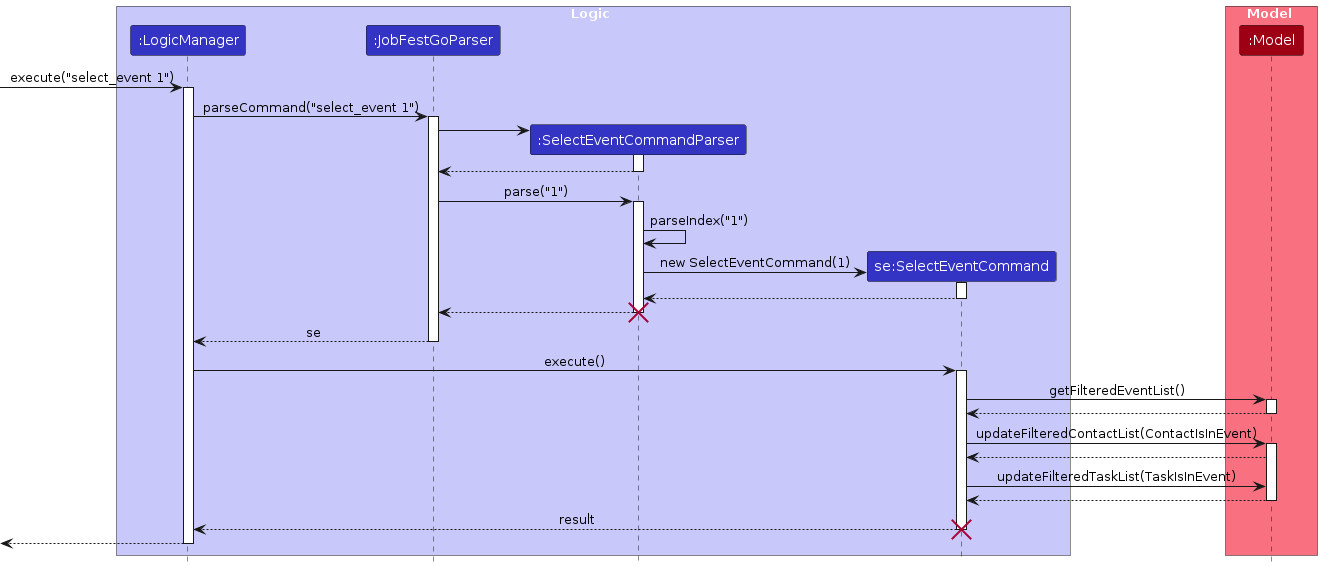
Earlier version of the PlantUML export diagrams/SelectEventSequenceDiagram.png (AY2324S1-CS2103T-T09-1/tp). Its source is kept beside it as diagrams/SelectEventSequenceDiagram.puml.
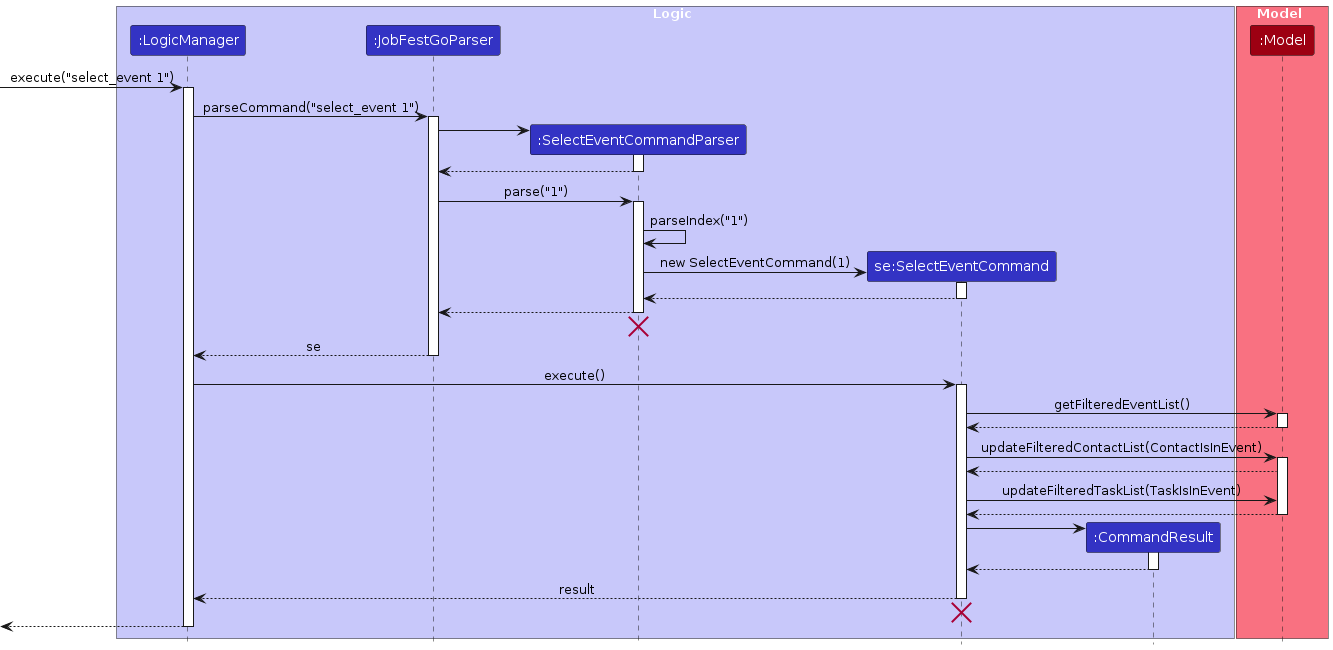
The same file after the commit.

What changed in the source:
```diff
@@ -7,6 +7,7 @@
 participant ":JobFestGoParser" as JobFestGoParser LOGIC_COLOR
 participant ":SelectEventCommandParser" as SelectEventCommandParser LOGIC_COLOR
 participant "se:SelectEventCommand" as SelectEventCommand LOGIC_COLOR
+participant ":CommandResult" as CommandResult LOGIC_COLOR
 end box
 
 box Model MODEL_COLOR_T1
@@ -39,6 +40,7 @@
 
 SelectEventCommandParser --> JobFestGoParser
 deactivate SelectEventCommandParser
+SelectEventCommandParser -[hidden]-> JobFestGoParser
 destroy SelectEventCommandParser
 
 JobFestGoParser --> LogicManager : se
@@ -64,8 +66,16 @@
 Model --> SelectEventCommand
 deactivate Model
 
+create CommandResult
+SelectEventCommand -> CommandResult
+activate CommandResult
+
+CommandResult --> SelectEventCommand
+deactivate CommandResult
+
 SelectEventCommand --> LogicManager : result
 deactivate SelectEventCommand
+SelectEventCommand -[hidden]-> LogicManager
 destroy SelectEventCommand
 
 [<--LogicManager
```
